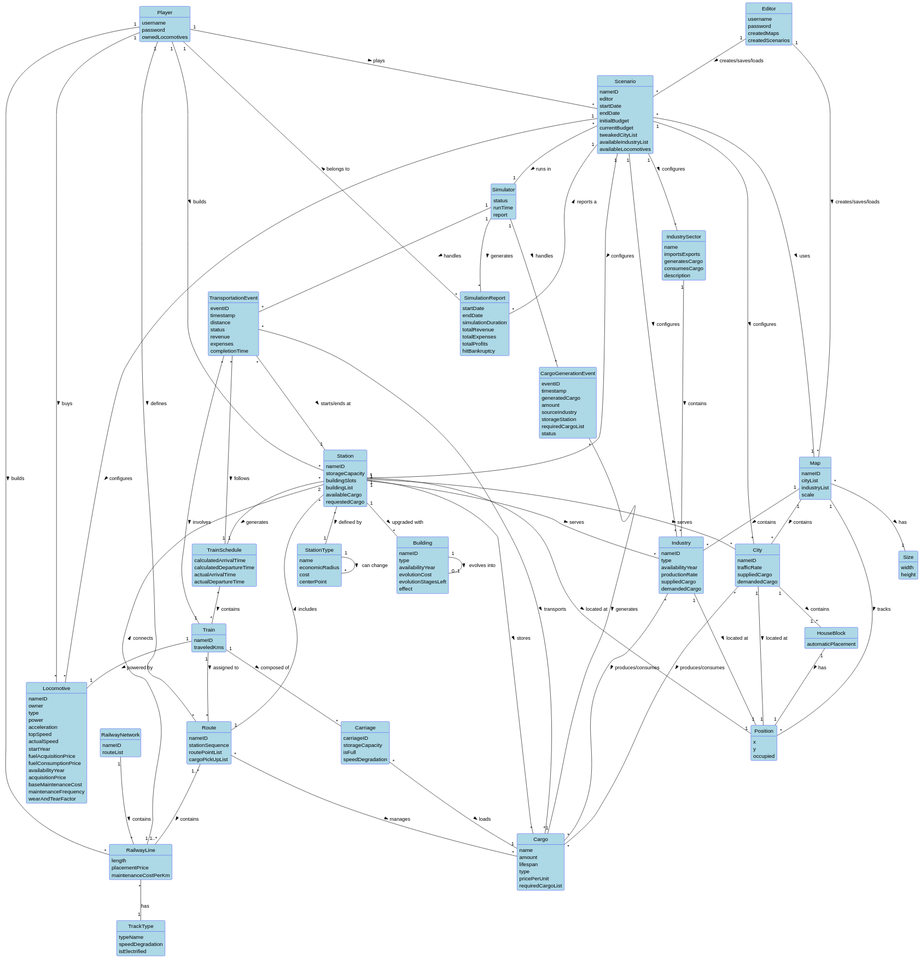
Before: docs/system-documentation/global-artifacts/02.analysis/svg/DomainModel.svg, a diagram exported from PlantUML (HenriqueSilva18/Railway-Network-Simulator).
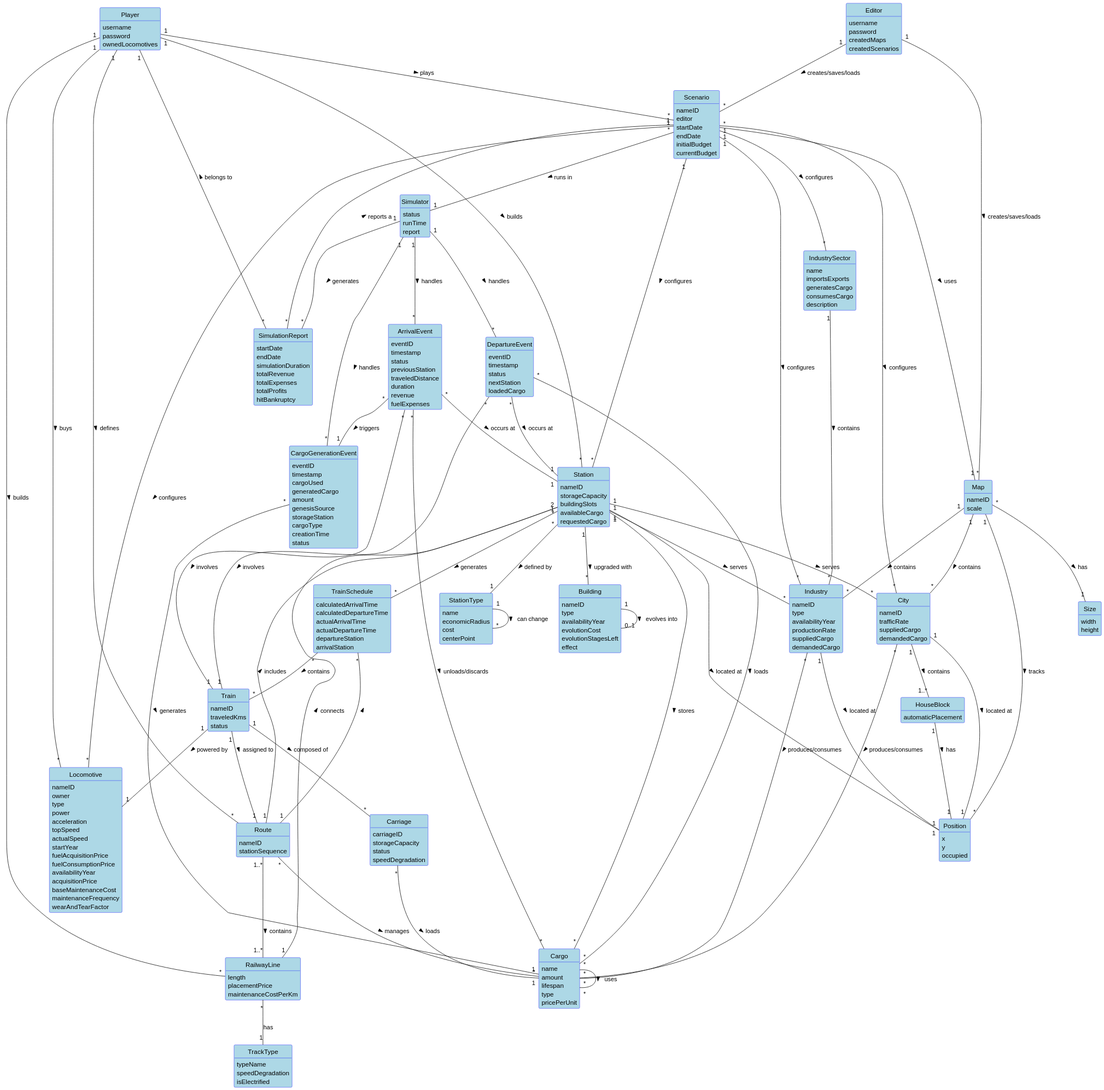
After the commit.

Commit message:
[Global Artifacts] - Fixes #400, Fixes #408, Fixes #409 - Domain Model conclusion

The edit, as a diff of the source:
```diff
@@ -27,8 +27,6 @@
 
 class Map {
   nameID
-  cityList
-  industryList
   scale
 }
 
@@ -50,9 +48,6 @@
   endDate
   initialBudget
   currentBudget
-  tweakedCityList
-  availableIndustryList
-  availableLocomotives
 }
 
 class Simulator {
@@ -64,24 +59,34 @@
 class CargoGenerationEvent {
   eventID
   timestamp
+  cargoUsed
   generatedCargo
   amount
-  sourceIndustry
+  genesisSource
   storageStation
-  requiredCargoList
+  cargoType
+  creationTime
   status
 }
 
-class TransportationEvent {
+class DepartureEvent {
     eventID
     timestamp
-    distance
     status
-    revenue
-    expenses
-    completionTime
+    nextStation
+    loadedCargo
 }
 
+class ArrivalEvent {
+    eventID
+    timestamp
+    status
+    previousStation
+    traveledDistance
+    duration
+    revenue
+    fuelExpenses
+}
 
 class SimulationReport {
     startDate
@@ -92,8 +97,6 @@
     totalProfits
     hitBankruptcy
 }
-
-
 
 class City {
   nameID
@@ -129,14 +132,12 @@
   lifespan
   type
   pricePerUnit
-  requiredCargoList
 }
 
 class Station {
   nameID
   storageCapacity
   buildingSlots
-  buildingList
   availableCargo
   requestedCargo
 }
@@ -153,6 +154,8 @@
   calculatedDepartureTime
   actualArrivalTime
   actualDepartureTime
+  departureStation
+  arrivalStation
 }
 
 class Building {
@@ -176,11 +179,6 @@
   isElectrified
 }
 
-class RailwayNetwork{
-    nameID
-    routeList
-    }
-
 class Locomotive {
   nameID
   owner
@@ -202,23 +200,20 @@
 class Train {
   nameID
   traveledKms
+  status
 }
 
 class Carriage {
   carriageID
   storageCapacity
-  isFull
+  status
   speedDegradation
 }
 
 class Route {
   nameID
   stationSequence
-  routePointList
-  cargoPickUpList
 }
-
-
 
 Editor "1" -- "*" Map : creates/saves/loads >
 Editor "1" -- "*" Scenario : creates/saves/loads >
@@ -240,7 +235,7 @@
 Train "1" -- "1" Locomotive : powered by >
 Train "1" -- "*" Carriage : composed of >
 Carriage "*" -- "1" Cargo : loads >
-Train "1" -- "*" Route : assigned to >
+Train "1" -- "1" Route : assigned to >
 Route "1" -- "*" Station : includes >
 Route "*" -- "*" Cargo : manages >
 Scenario "1" -- "*" Locomotive : configures >
@@ -262,17 +257,28 @@
 Station "*" -- "1" StationType : defined by >
 StationType "1" -- "*" StationType : can change >
 TrainSchedule "*" -- "*" Train: contains >
-Station "*" -- "1" TrainSchedule: generates >
-RailwayNetwork "1" -- "*" RailwayLine : contains >
+Station "1" -- "*" TrainSchedule: generates >
 Simulator "1" -- "*" SimulationReport : generates >
 SimulationReport "*" -- "1" Scenario : reports a >
 SimulationReport "*" -- "1" Player : belongs to >
 RailwayLine "*" -- "1" TrackType: has
 Simulator "1" -- "*" CargoGenerationEvent : handles >
 CargoGenerationEvent "*" -- "1" Cargo : generates >
-Simulator "1" -- "*" TransportationEvent : handles >
-TransportationEvent "*" -- "1" Train : involves >
-TransportationEvent "*" -- "1" Station : starts/ends at >
-TransportationEvent "*" -- "*" Cargo : transports >
-TransportationEvent "*" -- "1" TrainSchedule : follows >
+Simulator "1" -- "*" DepartureEvent : handles >
+Simulator "1" -- "*" ArrivalEvent : handles >
+
+Cargo "*" -- "*" Cargo : uses >
+Route "1" -- "*" TrainSchedule :  >
+
+
+DepartureEvent "*" -- "1" Train : involves >
+
+DepartureEvent "*" -- "1" Station : occurs at >
+DepartureEvent "*" -- "*" Cargo : loads >
+
+ArrivalEvent "*" -- "1" Train : involves >
+
+ArrivalEvent "*" -- "1" Station : occurs at >
+ArrivalEvent "*" -- "*" Cargo : unloads/discards >
+ArrivalEvent "*" -- "1" CargoGenerationEvent : triggers >
 @enduml
```
